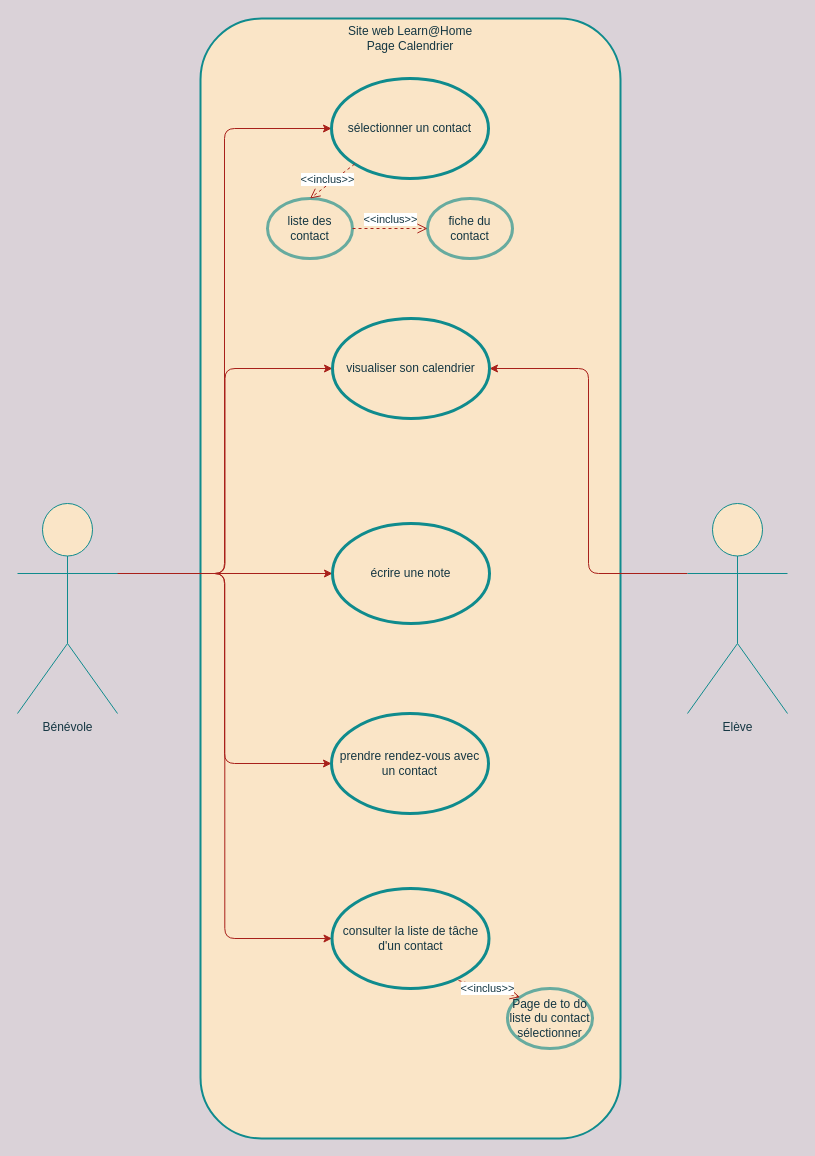
The draw.io diagram page "calendrier" (4 of 6) of diagrammes de cas d’usage_v3.drawio in Formation-DA-PYTHON2021/projet3, before the edit. Source tidied: cells renumbered, new cells numbered last; positions are measured from the earlier drawing's top-left corner, leaving out a move shared by most shapes. Both pictures are drawn from the tidied source at 100%, with x=0, y=0 at pixel (17, 18).
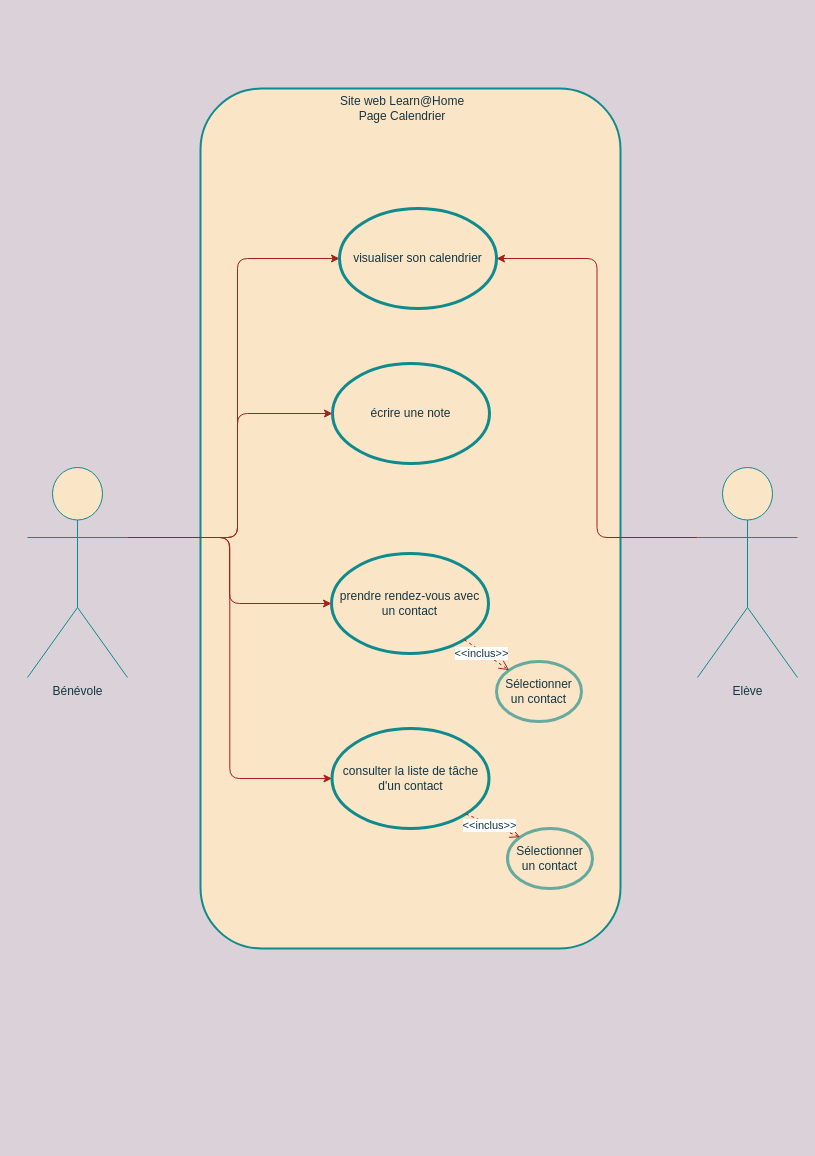
Above is the later version.

Diff of the diagram source:
```diff
@@
     <mxCell id="2" style="rounded=1;whiteSpace=wrap;html=1;absoluteArcSize=1;arcSize=122;strokeWidth=2;fillColor=#FAE5C7;strokeColor=#0F8B8D;fontColor=#143642;" parent="1" vertex="1">
-      <mxGeometry x="183" width="420" height="1120" as="geometry" />
+      <mxGeometry x="183" y="70" width="420" height="860" as="geometry" />
     </mxCell>
@@
     <mxCell id="5" style="edgeStyle=orthogonalEdgeStyle;rounded=1;jettySize=auto;html=1;exitX=1;exitY=0.3333333333333333;exitDx=0;exitDy=0;exitPerimeter=0;entryX=0;entryY=0.5;entryDx=0;entryDy=0;fontColor=#143642;endArrow=classic;endFill=1;strokeColor=#A8201A;fillColor=#FAE5C7;" parent="1" edge="1" source="8" target="14">
-      <mxGeometry relative="1" as="geometry" />
+      <mxGeometry relative="1" as="geometry">
+        <Array as="points">
+          <mxPoint x="220" y="519" />
+          <mxPoint x="220" y="395" />
+        </Array>
+      </mxGeometry>
     </mxCell>
     <mxCell id="6" style="edgeStyle=orthogonalEdgeStyle;rounded=1;jettySize=auto;html=1;exitX=1;exitY=0.3333333333333333;exitDx=0;exitDy=0;exitPerimeter=0;entryX=0;entryY=0.5;entryDx=0;entryDy=0;fontColor=#143642;endArrow=classic;endFill=1;strokeColor=#A8201A;fillColor=#FAE5C7;" parent="1" edge="1" source="8" target="13">
-      <mxGeometry relative="1" as="geometry" />
+      <mxGeometry relative="1" as="geometry">
+        <Array as="points">
+          <mxPoint x="220" y="519" />
+          <mxPoint x="220" y="240" />
+        </Array>
+      </mxGeometry>
     </mxCell>
-    <mxCell id="7" style="edgeStyle=orthogonalEdgeStyle;rounded=1;jettySize=auto;html=1;exitX=1;exitY=0.3333333333333333;exitDx=0;exitDy=0;exitPerimeter=0;entryX=0;entryY=0.5;entryDx=0;entryDy=0;fontColor=#143642;endArrow=classic;endFill=1;strokeColor=#A8201A;fillColor=#FAE5C7;" parent="1" edge="1" source="8" target="12">
-      <mxGeometry relative="1" as="geometry" />
-    </mxCell>
     <mxCell id="8" value="Bénévole" style="shape=umlActor;verticalLabelPosition=bottom;verticalAlign=top;html=1;fillColor=#FAE5C7;strokeColor=#0F8B8D;fontColor=#143642;" parent="1" vertex="1">
-      <mxGeometry y="485" width="100" height="210" as="geometry" />
+      <mxGeometry x="10" y="449" width="100" height="210" as="geometry" />
     </mxCell>
@@
     <mxCell id="10" value="Elève" style="shape=umlActor;verticalLabelPosition=bottom;verticalAlign=top;html=1;fillColor=#FAE5C7;strokeColor=#0F8B8D;fontColor=#143642;" parent="1" vertex="1">
-      <mxGeometry x="670" y="485" width="100" height="210" as="geometry" />
+      <mxGeometry x="680" y="449" width="100" height="210" as="geometry" />
     </mxCell>
     <mxCell id="11" value="Site web Learn@Home&lt;br&gt;Page Calendrier" style="text;html=1;strokeColor=none;fillColor=none;align=center;verticalAlign=middle;whiteSpace=wrap;rounded=0;fontColor=#143642;" parent="1" vertex="1">
-      <mxGeometry x="228" y="10" width="330" height="20" as="geometry" />
+      <mxGeometry x="220" y="80" width="330" height="20" as="geometry" />
     </mxCell>
-    <mxCell id="12" value="sélectionner un contact" style="ellipse;whiteSpace=wrap;html=1;fillColor=#FAE5C7;strokeColor=#0F8B8D;fontColor=#143642;strokeWidth=3;" parent="1" vertex="1">
-      <mxGeometry x="314" y="60" width="157" height="100" as="geometry" />
-    </mxCell>
     <mxCell id="13" value="visualiser son calendrier" style="ellipse;whiteSpace=wrap;html=1;fillColor=#FAE5C7;strokeColor=#0F8B8D;fontColor=#143642;strokeWidth=3;" parent="1" vertex="1">
-      <mxGeometry x="315" y="300" width="157" height="100" as="geometry" />
+      <mxGeometry x="322" y="190" width="157" height="100" as="geometry" />
     </mxCell>
     <mxCell id="14" value="écrire une note" style="ellipse;whiteSpace=wrap;html=1;fillColor=#FAE5C7;strokeColor=#0F8B8D;fontColor=#143642;strokeWidth=3;" parent="1" vertex="1">
-      <mxGeometry x="315" y="505" width="157" height="100" as="geometry" />
+      <mxGeometry x="315" y="345" width="157" height="100" as="geometry" />
     </mxCell>
     <mxCell id="15" value="prendre rendez-vous avec un contact" style="ellipse;whiteSpace=wrap;html=1;fillColor=#FAE5C7;strokeColor=#0F8B8D;fontColor=#143642;strokeWidth=3;" parent="1" vertex="1">
-      <mxGeometry x="314" y="695" width="157" height="100" as="geometry" />
+      <mxGeometry x="314" y="535" width="157" height="100" as="geometry" />
     </mxCell>
     <mxCell id="16" value="consulter la liste de tâche d'un contact" style="ellipse;whiteSpace=wrap;html=1;fillColor=#FAE5C7;strokeColor=#0F8B8D;fontColor=#143642;strokeWidth=3;" parent="1" vertex="1">
-      <mxGeometry x="314.5" y="870" width="157" height="100" as="geometry" />
+      <mxGeometry x="314.5" y="710" width="157" height="100" as="geometry" />
     </mxCell>
-    <mxCell id="17" value="&lt;span&gt;fiche du contact&lt;/span&gt;" style="ellipse;whiteSpace=wrap;html=1;fillColor=#FAE5C7;strokeColor=#67AB9F;fontColor=#143642;strokeWidth=3;" parent="1" vertex="1">
-      <mxGeometry x="410" y="180" width="85" height="60" as="geometry" />
-    </mxCell>
-    <mxCell id="18" value="liste des contact" style="ellipse;whiteSpace=wrap;html=1;fillColor=#FAE5C7;strokeColor=#67AB9F;fontColor=#143642;strokeWidth=3;" parent="1" vertex="1">
-      <mxGeometry x="250" y="180" width="85" height="60" as="geometry" />
-    </mxCell>
-    <mxCell id="19" value="&amp;lt;&amp;lt;inclus&amp;gt;&amp;gt;" style="html=1;verticalAlign=bottom;endArrow=open;dashed=1;endSize=8;fontColor=#143642;strokeColor=#A8201A;fillColor=#FAE5C7;exitX=0;exitY=1;exitDx=0;exitDy=0;entryX=0.5;entryY=0;entryDx=0;entryDy=0;" parent="1" edge="1" target="18">
-      <mxGeometry x="0.29" y="3" relative="1" as="geometry">
-        <mxPoint x="337.2" y="145.5" as="sourcePoint" />
-        <mxPoint x="-1" as="offset" />
-      </mxGeometry>
-    </mxCell>
-    <mxCell id="20" value="&amp;lt;&amp;lt;inclus&amp;gt;&amp;gt;" style="html=1;verticalAlign=bottom;endArrow=open;dashed=1;endSize=8;fontColor=#143642;strokeColor=#A8201A;fillColor=#FAE5C7;exitX=1;exitY=0.5;exitDx=0;exitDy=0;entryX=0;entryY=0.5;entryDx=0;entryDy=0;" parent="1" edge="1" source="18" target="17">
-      <mxGeometry relative="1" as="geometry" />
-    </mxCell>
-    <mxCell id="21" value="Page de to do liste du contact sélectionner" style="ellipse;whiteSpace=wrap;html=1;fillColor=#FAE5C7;strokeColor=#67AB9F;fontColor=#143642;strokeWidth=3;" parent="1" vertex="1">
-      <mxGeometry x="490" y="970" width="85" height="60" as="geometry" />
+    <mxCell id="21" value="Sélectionner un contact" style="ellipse;whiteSpace=wrap;html=1;fillColor=#FAE5C7;strokeColor=#67AB9F;fontColor=#143642;strokeWidth=3;" parent="1" vertex="1">
+      <mxGeometry x="490" y="810" width="85" height="60" as="geometry" />
     </mxCell>
-    <mxCell id="22" value="&amp;lt;&amp;lt;inclus&amp;gt;&amp;gt;" style="html=1;verticalAlign=bottom;endArrow=open;dashed=1;endSize=8;fontColor=#143642;strokeColor=#A8201A;fillColor=#FAE5C7;exitX=0.806;exitY=0.92;exitDx=0;exitDy=0;entryX=0;entryY=0;entryDx=0;entryDy=0;exitPerimeter=0;" parent="1" edge="1" source="16" target="21">
+    <mxCell id="22" value="&amp;lt;&amp;lt;inclus&amp;gt;&amp;gt;" style="html=1;verticalAlign=bottom;endArrow=open;dashed=1;endSize=8;fontColor=#143642;strokeColor=#A8201A;fillColor=#FAE5C7;exitX=1;exitY=1;exitDx=0;exitDy=0;entryX=0;entryY=0;entryDx=0;entryDy=0;" parent="1" edge="1" source="16" target="21">
       <mxGeometry x="0.01" y="-9" relative="1" as="geometry" />
     </mxCell>
+    <mxCell id="23" value="Sélectionner un contact" style="ellipse;whiteSpace=wrap;html=1;fillColor=#FAE5C7;strokeColor=#67AB9F;fontColor=#143642;strokeWidth=3;" parent="1" vertex="1">
+      <mxGeometry x="479" y="643" width="85" height="60" as="geometry" />
+    </mxCell>
+    <mxCell id="24" value="&amp;lt;&amp;lt;inclus&amp;gt;&amp;gt;" style="html=1;verticalAlign=bottom;endArrow=open;dashed=1;endSize=8;fontColor=#143642;strokeColor=#A8201A;fillColor=#FAE5C7;entryX=0;entryY=0;entryDx=0;entryDy=0;" parent="1" edge="1" source="15" target="23">
+      <mxGeometry x="0.01" y="-9" relative="1" as="geometry" />
+    </mxCell>
```
